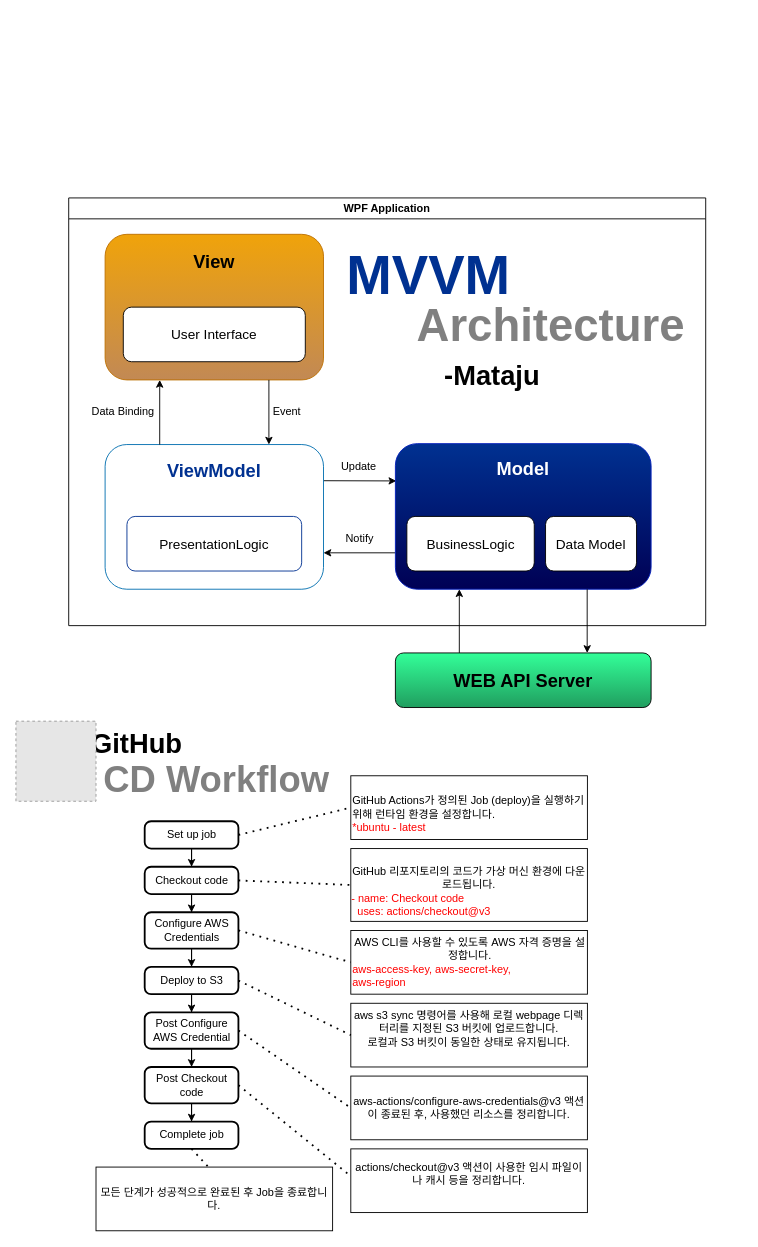
The draw.io diagram 조현빈.drawio in JoHB94/Mataju_a, before the edit. Source tidied: cells renumbered, new cells numbered last; positions are measured from the earlier drawing's top-left corner, leaving out a move shared by most shapes. Both pictures are drawn from the tidied source at 91%, with x=0, y=0 at pixel (15, 197). Pictures stored in the file or linked from it are replaced by grey dashed boxes.
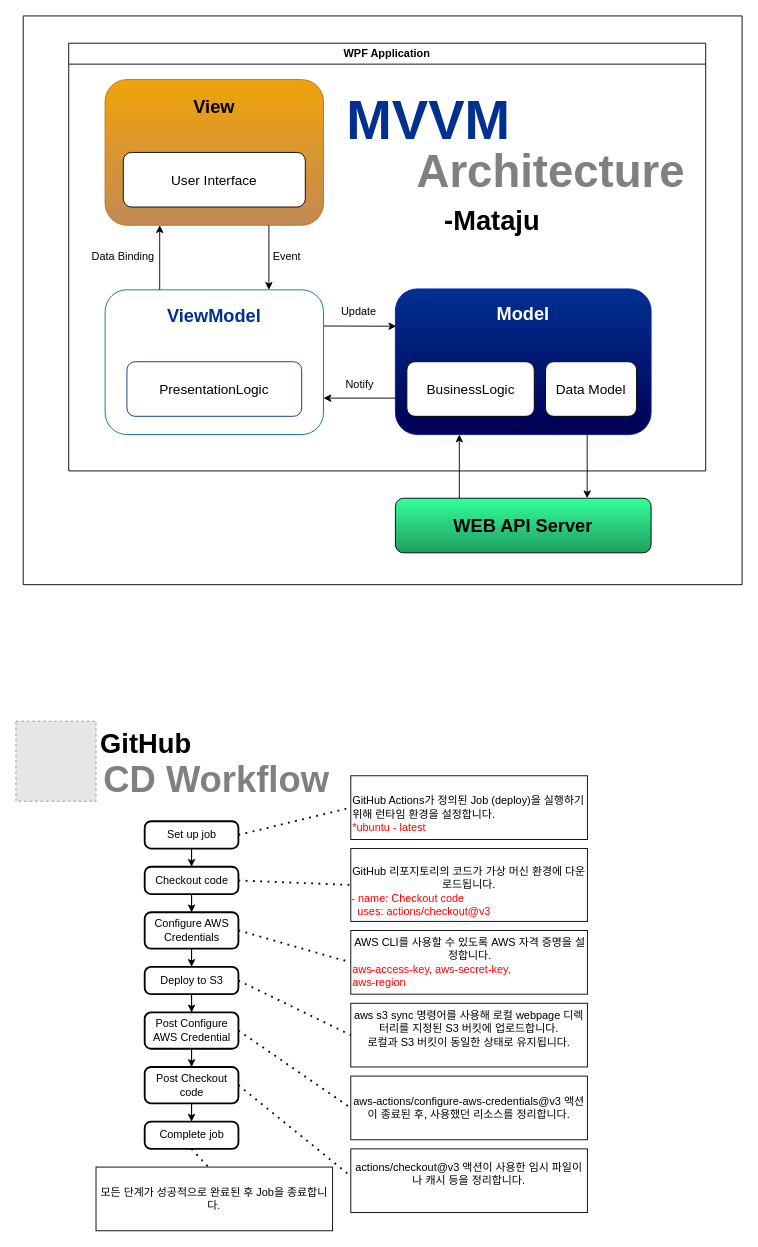
The same page after the edit.

Commit message:
조현빈.drawio 업데이트

The edit, as a diff of the source:
```diff
@@
     <mxCell id="2" value="&lt;font style=&quot;font-size: 20px;&quot;&gt;&lt;b&gt;WEB API Server&lt;/b&gt;&lt;/font&gt;" style="rounded=1;whiteSpace=wrap;html=1;labelBackgroundColor=none;fillColor=#33FF99;gradientColor=#209E5F;fontColor=default;" parent="1" vertex="1">
-      <mxGeometry x="417" y="500" width="281" height="60" as="geometry" />
+      <mxGeometry x="417" y="330" width="281" height="60" as="geometry" />
     </mxCell>
     <mxCell id="3" value="Data Binding" style="text;strokeColor=none;align=center;fillColor=none;html=1;verticalAlign=middle;whiteSpace=wrap;rounded=0;" parent="1" vertex="1">
-      <mxGeometry x="78" y="220" width="80" height="30" as="geometry" />
+      <mxGeometry x="78" y="50" width="80" height="30" as="geometry" />
     </mxCell>
     <mxCell id="4" value="Event" style="text;strokeColor=none;align=center;fillColor=none;html=1;verticalAlign=middle;whiteSpace=wrap;rounded=0;" parent="1" vertex="1">
-      <mxGeometry x="258" y="220" width="80" height="30" as="geometry" />
+      <mxGeometry x="258" y="50" width="80" height="30" as="geometry" />
     </mxCell>
     <mxCell id="5" value="Update" style="text;strokeColor=none;align=center;fillColor=none;html=1;verticalAlign=middle;whiteSpace=wrap;rounded=0;" parent="1" vertex="1">
-      <mxGeometry x="337" y="280" width="80" height="30" as="geometry" />
+      <mxGeometry x="337" y="110" width="80" height="30" as="geometry" />
     </mxCell>
     <mxCell id="6" value="Notify" style="text;strokeColor=none;align=center;fillColor=none;html=1;verticalAlign=middle;whiteSpace=wrap;rounded=0;" parent="1" vertex="1">
-      <mxGeometry x="338" y="360" width="80" height="30" as="geometry" />
+      <mxGeometry x="338" y="190" width="80" height="30" as="geometry" />
     </mxCell>
     <mxCell id="7" style="group;" parent="1" vertex="1">
-      <mxGeometry x="98" y="40" width="240" height="160" as="geometry" />
+      <mxGeometry x="98" y="-130" width="240" height="160" as="geometry" />
     </mxCell>
@@
     <mxCell id="11" style="group;" parent="1" vertex="1">
-      <mxGeometry x="98" y="271" width="240" height="159" as="geometry" />
+      <mxGeometry x="98" y="101" width="240" height="159" as="geometry" />
     </mxCell>
@@
     <mxCell id="16" style="group;" parent="1" vertex="1">
-      <mxGeometry x="417" y="270" width="281" height="160" as="geometry" />
+      <mxGeometry x="417" y="100" width="281" height="160" as="geometry" />
     </mxCell>
@@
     <mxCell id="24" value="&lt;font style=&quot;font-size: 60px;&quot;&gt;MVVM&lt;/font&gt;" style="text;strokeColor=none;align=center;fillColor=none;html=1;verticalAlign=middle;whiteSpace=wrap;rounded=0;fontStyle=1;fontColor=#003191;" parent="1" vertex="1">
-      <mxGeometry x="348" y="40" width="211" height="90" as="geometry" />
+      <mxGeometry x="348" y="-130" width="211" height="90" as="geometry" />
     </mxCell>
     <mxCell id="25" value="&lt;font style=&quot;font-size: 50px;&quot;&gt;Architecture&lt;/font&gt;" style="text;strokeColor=none;align=center;fillColor=none;html=1;verticalAlign=middle;whiteSpace=wrap;rounded=0;fontStyle=1;fontColor=#808080;" parent="1" vertex="1">
-      <mxGeometry x="438" y="110" width="300" height="60" as="geometry" />
+      <mxGeometry x="438" y="-60" width="300" height="60" as="geometry" />
     </mxCell>
     <mxCell id="26" value="&lt;font style=&quot;font-size: 30px;&quot;&gt;-Mataju&lt;/font&gt;" style="text;strokeColor=none;align=center;fillColor=none;html=1;verticalAlign=middle;whiteSpace=wrap;rounded=0;fontStyle=1;" parent="1" vertex="1">
-      <mxGeometry x="418" y="170" width="211" height="50" as="geometry" />
+      <mxGeometry x="418" width="211" height="50" as="geometry" />
     </mxCell>
@@
     <mxCell id="29" value="WPF Application" style="swimlane;whiteSpace=wrap;html=1;" parent="1" vertex="1">
-      <mxGeometry x="58" width="700" height="470" as="geometry" />
+      <mxGeometry x="58" y="-170" width="700" height="470" as="geometry" />
     </mxCell>
@@
     <mxCell id="58" value="&lt;font style=&quot;font-size: 30px;&quot;&gt;GitHub&lt;/font&gt;" style="text;strokeColor=none;align=center;fillColor=none;html=1;verticalAlign=middle;whiteSpace=wrap;rounded=0;fontStyle=1;" parent="1" vertex="1">
-      <mxGeometry x="68" y="575" width="130" height="50" as="geometry" />
+      <mxGeometry x="78" y="575" width="130" height="50" as="geometry" />
     </mxCell>
@@
+    <mxCell id="60" style="swimlane;startSize=0;" parent="1" vertex="1">
+      <mxGeometry x="8" y="-200" width="790" height="625" as="geometry" />
+    </mxCell>
```
